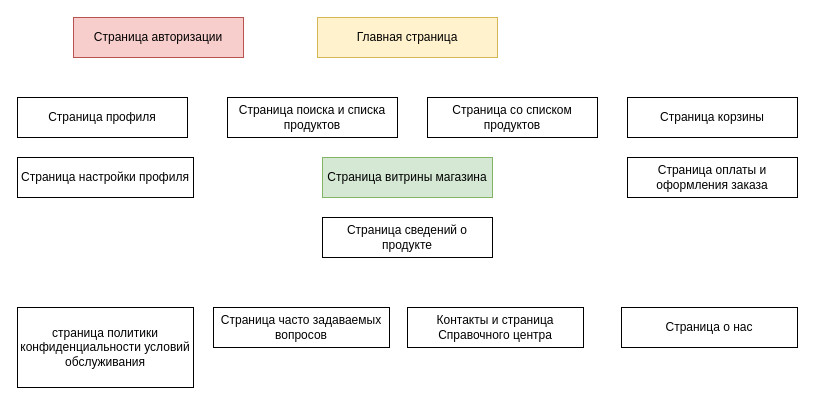
The draw.io diagram drawio-mvp/sitemap.drawio in mealibek/drawio, before the edit. Source tidied: cells renumbered, new cells numbered last; positions are measured from the earlier drawing's top-left corner, leaving out a move shared by most shapes. Both pictures are drawn from the tidied source at 100%, with x=0, y=0 at pixel (17, 17).
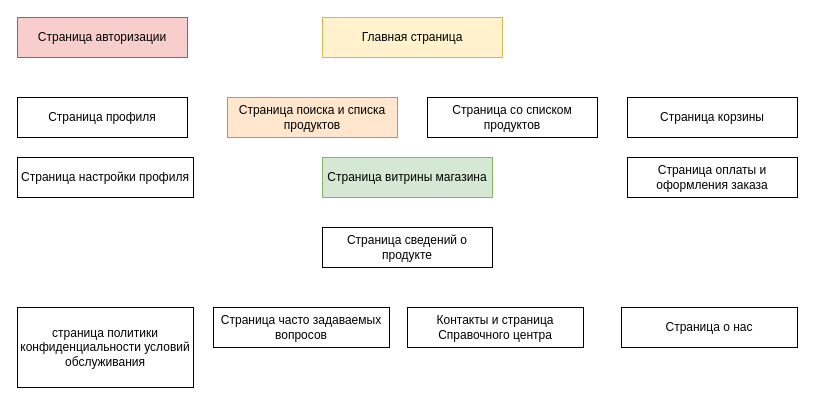
After the change.

Change to the diagram source:
```diff
@@
 <mxGraphModel>
   <root>
     <mxCell id="0" />
     <mxCell id="1" parent="0" />
     <mxCell id="2" value="Страница авторизации" style="rounded=0;whiteSpace=wrap;html=1;fillColor=#f8cecc;strokeColor=#b85450;" parent="1" vertex="1">
-      <mxGeometry x="56" width="170" height="40" as="geometry" />
+      <mxGeometry width="170" height="40" as="geometry" />
     </mxCell>
     <mxCell id="3" value="Главная страница" style="rounded=0;whiteSpace=wrap;html=1;fillColor=#fff2cc;strokeColor=#d6b656;" parent="1" vertex="1">
-      <mxGeometry x="300" width="180" height="40" as="geometry" />
+      <mxGeometry x="305" width="180" height="40" as="geometry" />
     </mxCell>
     <mxCell id="4" value="Страница профиля" style="rounded=0;whiteSpace=wrap;html=1;" parent="1" vertex="1">
       <mxGeometry y="80" width="170" height="40" as="geometry" />
     </mxCell>
-    <mxCell id="5" value="Страница поиска и списка продуктов" style="rounded=0;whiteSpace=wrap;html=1;" parent="1" vertex="1">
+    <mxCell id="5" value="Страница поиска и списка продуктов" style="rounded=0;whiteSpace=wrap;html=1;fillColor=#ffe6cc;strokeColor=#d79b00;" parent="1" vertex="1">
       <mxGeometry x="210" y="80" width="170" height="40" as="geometry" />
     </mxCell>
     <mxCell id="6" value="Страница со списком продуктов" style="rounded=0;whiteSpace=wrap;html=1;" parent="1" vertex="1">
       <mxGeometry x="410" y="80" width="170" height="40" as="geometry" />
     </mxCell>
     <mxCell id="7" value="Страница корзины" style="rounded=0;whiteSpace=wrap;html=1;" parent="1" vertex="1">
       <mxGeometry x="610" y="80" width="170" height="40" as="geometry" />
     </mxCell>
     <mxCell id="8" value="Страница настройки профиля" style="rounded=0;whiteSpace=wrap;html=1;" parent="1" vertex="1">
       <mxGeometry y="140" width="176" height="40" as="geometry" />
     </mxCell>
     <mxCell id="9" value="Страница оплаты и оформления заказа" style="rounded=0;whiteSpace=wrap;html=1;" parent="1" vertex="1">
       <mxGeometry x="610" y="140" width="170" height="40" as="geometry" />
     </mxCell>
     <mxCell id="10" value="Страница сведений о продукте" style="rounded=0;whiteSpace=wrap;html=1;" parent="1" vertex="1">
-      <mxGeometry x="305" y="200" width="170" height="40" as="geometry" />
+      <mxGeometry x="305" y="210" width="170" height="40" as="geometry" />
     </mxCell>
     <mxCell id="11" value="Страница витрины магазина" style="rounded=0;whiteSpace=wrap;html=1;fillColor=#d5e8d4;strokeColor=#82b366;" parent="1" vertex="1">
       <mxGeometry x="305" y="140" width="170" height="40" as="geometry" />
     </mxCell>
     <mxCell id="12" value="страница политики конфиденциальности условий обслуживания" style="rounded=0;whiteSpace=wrap;html=1;" parent="1" vertex="1">
       <mxGeometry y="290" width="176" height="80" as="geometry" />
     </mxCell>
     <mxCell id="13" value="Страница часто задаваемых вопросов" style="rounded=0;whiteSpace=wrap;html=1;" parent="1" vertex="1">
       <mxGeometry x="196" y="290" width="176" height="40" as="geometry" />
     </mxCell>
     <mxCell id="14" value="Контакты и страница Справочного центра" style="rounded=0;whiteSpace=wrap;html=1;" parent="1" vertex="1">
       <mxGeometry x="390" y="290" width="176" height="40" as="geometry" />
     </mxCell>
     <mxCell id="15" value="Страница о нас" style="rounded=0;whiteSpace=wrap;html=1;" parent="1" vertex="1">
       <mxGeometry x="604" y="290" width="176" height="40" as="geometry" />
     </mxCell>
   </root>
 </mxGraphModel>
```
